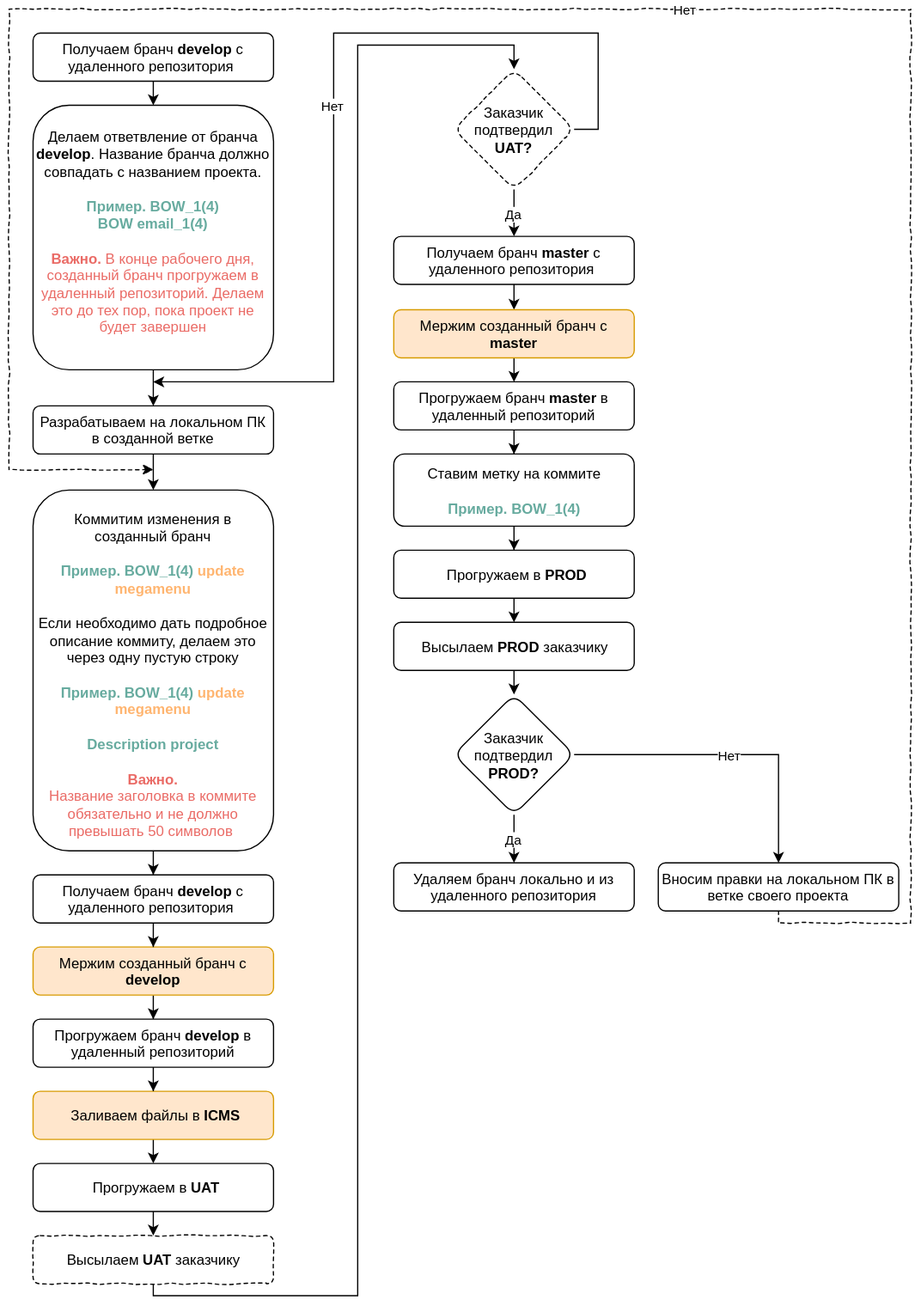
Earlier version of the draw.io export GIT roadmap.svg (biryukovkolya/upload-files). Source tidied: cells renumbered, new cells last; positions are measured from the earlier drawing's top-left corner, leaving out a move shared by most shapes.
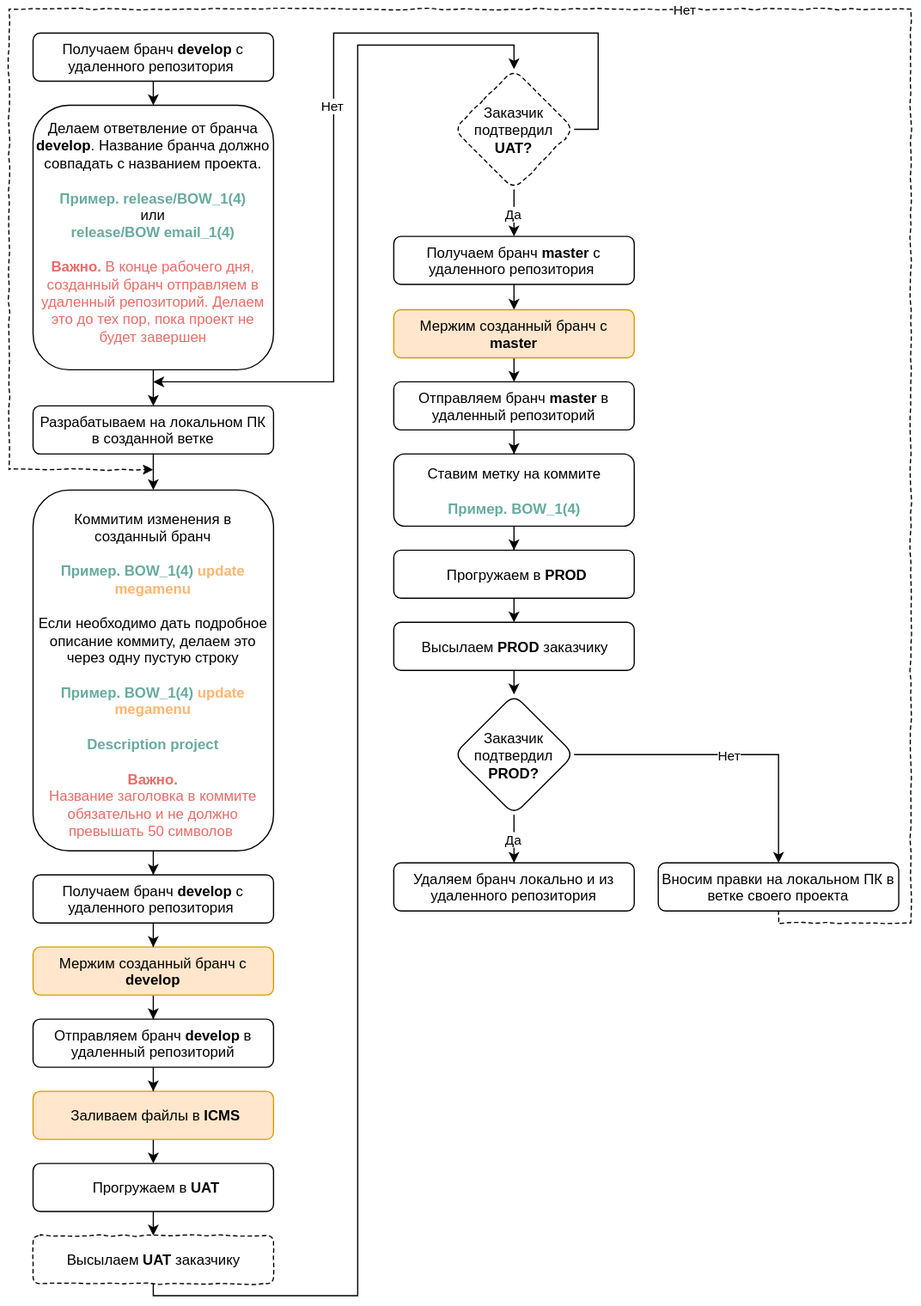
Above is the later version.

Diff of the diagram source:
```diff
@@ -29,7 +29,7 @@
     <mxCell id="10" style="edgeStyle=orthogonalEdgeStyle;rounded=0;html=1;exitX=0.5;exitY=1;entryX=0.5;entryY=0;jettySize=auto;" parent="1" edge="1" source="11" target="5">
       <mxGeometry relative="1" as="geometry" />
     </mxCell>
-    <mxCell id="11" value="Делаем ответвление от бранча &lt;b&gt;develop&lt;/b&gt;. Название бранча должно совпадать с названием проекта.&lt;br&gt;&lt;b&gt;&lt;font color=&quot;#67ab9f&quot;&gt;&lt;br&gt;Пример. BOW_1(4)&lt;br&gt;BOW email_1(4)&lt;br&gt;&lt;br&gt;&lt;/font&gt;&lt;/b&gt;&lt;font color=&quot;#ea6b66&quot;&gt;&lt;b&gt;Важно.&lt;/b&gt;&amp;nbsp;В конце рабочего дня, созданный бранч прогружаем в удаленный репозиторий. Делаем это до тех пор, пока проект не будет завершен&lt;/font&gt;&lt;b&gt;&lt;font color=&quot;#67ab9f&quot;&gt;&lt;br&gt;&lt;/font&gt;&lt;/b&gt;" style="rounded=1;whiteSpace=wrap;html=1;spacingRight=0;spacingLeft=0;spacing=3;" parent="1" vertex="1">
+    <mxCell id="11" value="Делаем ответвление от бранча &lt;b&gt;develop&lt;/b&gt;. Название бранча должно совпадать с названием проекта.&lt;br&gt;&lt;b&gt;&lt;font color=&quot;#67ab9f&quot;&gt;&lt;br&gt;Пример. release/BOW_1(4)&lt;br&gt;&lt;/font&gt;&lt;/b&gt;или&lt;b&gt;&lt;font color=&quot;#67ab9f&quot;&gt;&lt;br&gt;release/BOW email_1(4)&lt;br&gt;&lt;br&gt;&lt;/font&gt;&lt;/b&gt;&lt;font color=&quot;#ea6b66&quot;&gt;&lt;b&gt;Важно.&lt;/b&gt;&amp;nbsp;В конце рабочего дня, созданный бранч отправляем в удаленный репозиторий. Делаем это до тех пор, пока проект не будет завершен&lt;/font&gt;&lt;b&gt;&lt;font color=&quot;#67ab9f&quot;&gt;&lt;br&gt;&lt;/font&gt;&lt;/b&gt;" style="rounded=1;whiteSpace=wrap;html=1;spacingRight=0;spacingLeft=0;spacing=3;" parent="1" vertex="1">
       <mxGeometry x="20" y="80" width="200" height="220" as="geometry" />
     </mxCell>
     <mxCell id="12" style="edgeStyle=orthogonalEdgeStyle;rounded=0;html=1;exitX=0.5;exitY=1;jettySize=auto;" parent="1" edge="1" source="13" target="9">
@@ -119,13 +119,13 @@
     <mxCell id="35" style="edgeStyle=orthogonalEdgeStyle;rounded=0;html=1;exitX=0.5;exitY=1;jettySize=auto;" parent="1" edge="1" source="36" target="18">
       <mxGeometry relative="1" as="geometry" />
     </mxCell>
-    <mxCell id="36" value="Прогружаем бранч&amp;nbsp;&lt;b&gt;develop&lt;/b&gt;&amp;nbsp;в удаленный репозиторий&lt;b&gt;&lt;font color=&quot;#67ab9f&quot;&gt;&lt;br&gt;&lt;/font&gt;&lt;/b&gt;" style="rounded=1;whiteSpace=wrap;html=1;spacingRight=0;spacingLeft=0;spacing=3;" parent="1" vertex="1">
+    <mxCell id="36" value="Отправляем бранч&amp;nbsp;&lt;b&gt;develop&lt;/b&gt;&amp;nbsp;в удаленный репозиторий&lt;b&gt;&lt;font color=&quot;#67ab9f&quot;&gt;&lt;br&gt;&lt;/font&gt;&lt;/b&gt;" style="rounded=1;whiteSpace=wrap;html=1;spacingRight=0;spacingLeft=0;spacing=3;" parent="1" vertex="1">
       <mxGeometry x="20" y="840" width="200" height="40" as="geometry" />
     </mxCell>
     <mxCell id="37" style="edgeStyle=orthogonalEdgeStyle;rounded=0;comic=0;html=1;exitX=0.5;exitY=1;jettySize=auto;" parent="1" edge="1" source="38" target="42">
       <mxGeometry relative="1" as="geometry" />
     </mxCell>
-    <mxCell id="38" value="Прогружаем бранч &lt;b&gt;master&lt;/b&gt;&amp;nbsp;в удаленный репозиторий&lt;br&gt;" style="rounded=1;whiteSpace=wrap;html=1;spacing=3;" parent="1" vertex="1">
+    <mxCell id="38" value="Отправляем бранч &lt;b&gt;master&lt;/b&gt;&amp;nbsp;в удаленный репозиторий&lt;br&gt;" style="rounded=1;whiteSpace=wrap;html=1;spacing=3;" parent="1" vertex="1">
       <mxGeometry x="320" y="310" width="200" height="40" as="geometry" />
     </mxCell>
     <mxCell id="39" value="Нет" style="edgeStyle=orthogonalEdgeStyle;rounded=0;html=1;exitX=0.5;exitY=1;jettySize=auto;comic=1;dashed=1;" parent="1" edge="1" source="40">
```
